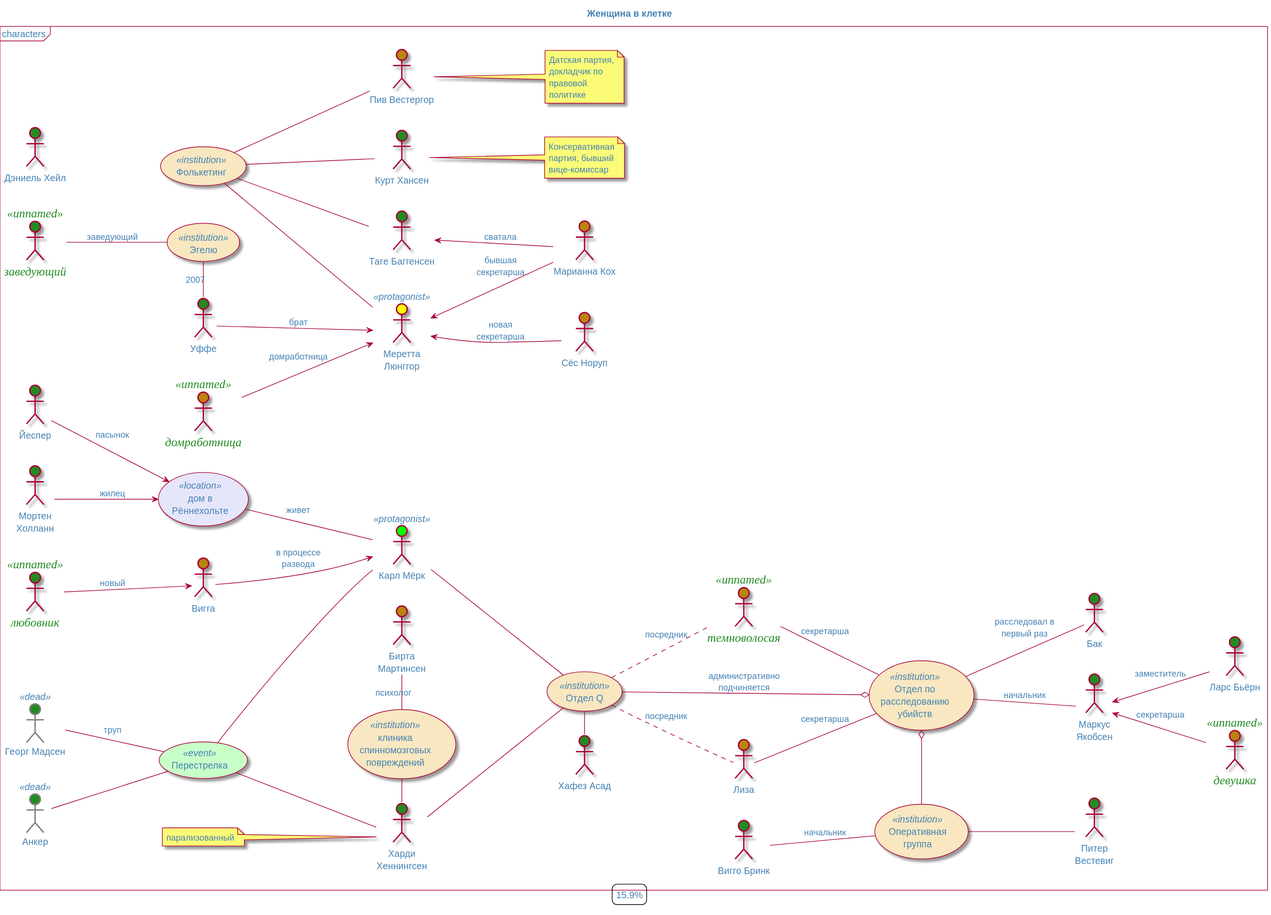
Before: adler-olsen/caged_woman-__.svg, a diagram exported from PlantUML (olek3/reading).
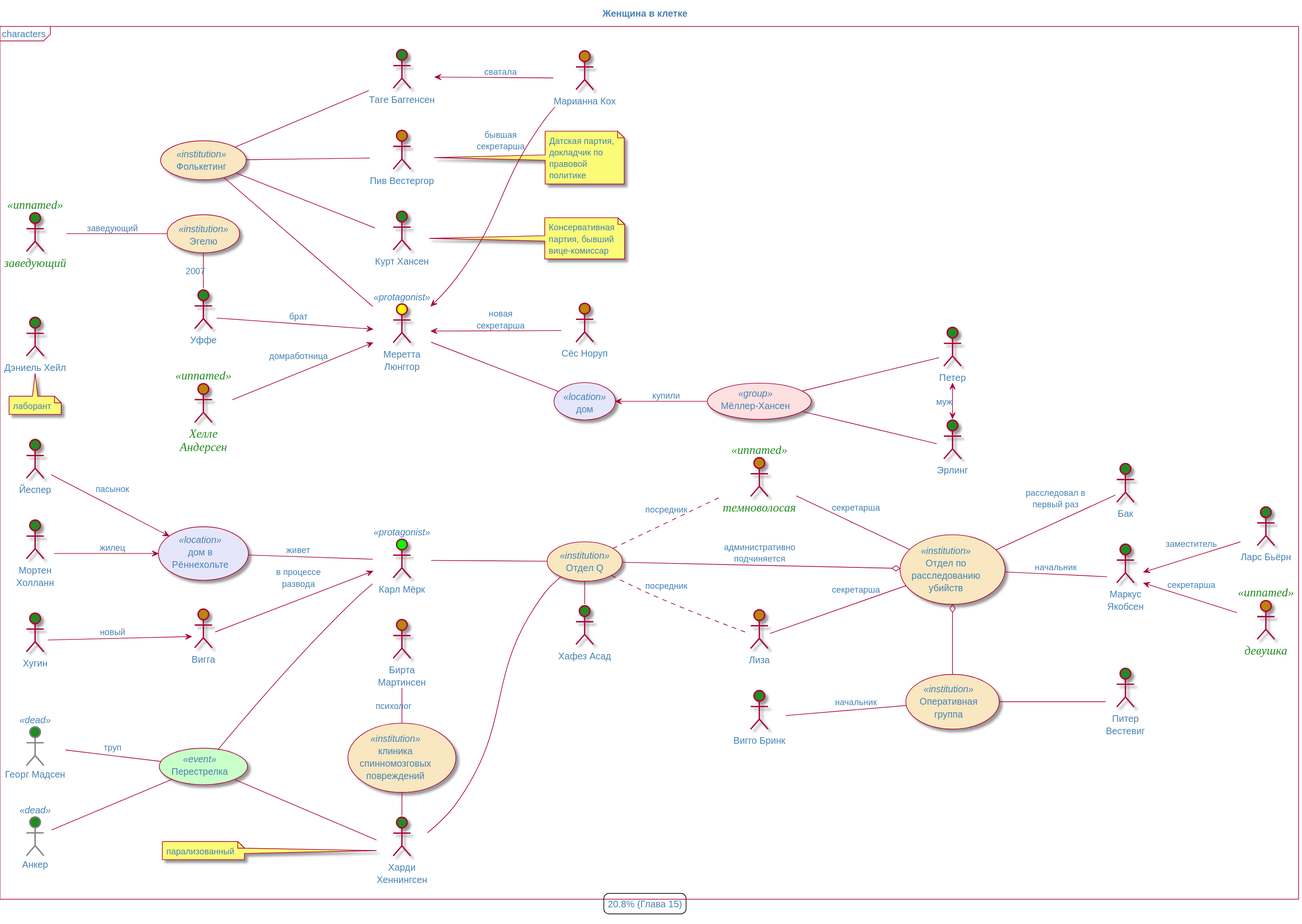
The same file after the commit.

Change to the diagram source:
```diff
@@ -8,7 +8,7 @@
 
 title Женщина в клетке
 mainframe characters
-legend : 15.9%
+legend : 20.8% (Глава 15)
 
 :Меретта Люнггор: as caged  $female_protagonist
 
@@ -62,10 +62,10 @@
 
 brother --> caged : брат
 
-:домработница: as help <<unnamed>> $female
+:Хелле Андерсен: as help <<unnamed>> $female
 help --> caged : домработница
 
-:любовник: as new <<unnamed>> $male
+:Хугин: as new  $male
 
 new --> wife : новый
 
@@ -110,6 +110,7 @@
 volketing -- baggensen
 
 :Дэниель Хейл: $male
+note bottom : лаборант
 
 paralized -- q
 
@@ -145,4 +146,20 @@
 :заведующий: as guardian <<unnamed>> $male
 
 guardian -- egelu : заведующий
+
+(дом) as LungornHome <<location>>
+
+caged -- LungornHome
+
+(Мёллер-Хансен) as mellers <<group>>
+
+LungornHome <-- mellers : купили
+
+:Петер: as peter $male
+:Эрлинг: as erling $male
+
+mellers -- peter
+mellers -- erling
+
+peter <-> erling : муж
 @enduml
```
